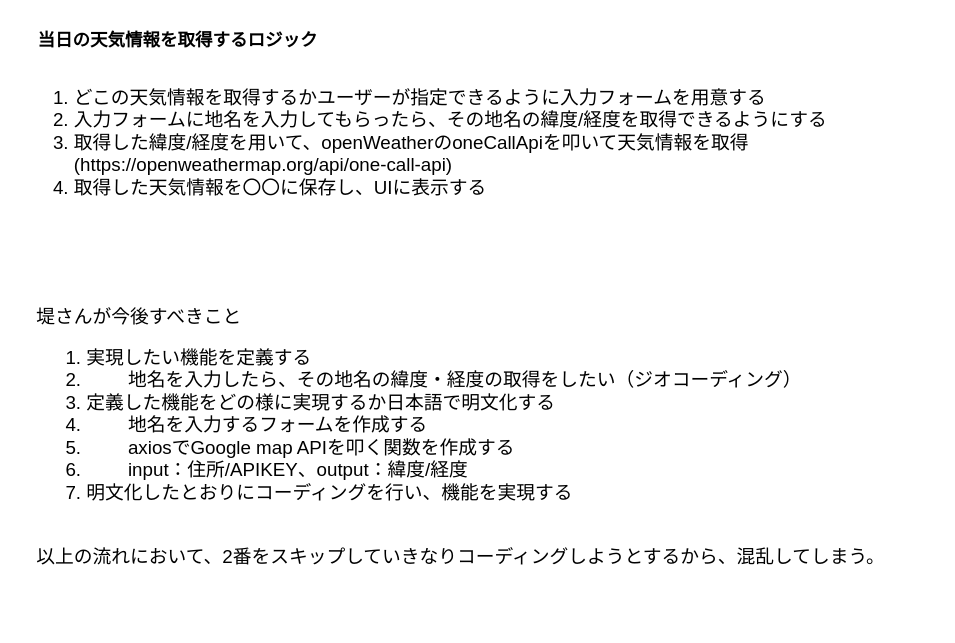
Earlier version of the draw.io diagram documents/fetchTodayForecast.dio (Yuta-Tsutsumi/weather-app). Source tidied: cells renumbered, new cells numbered last; positions are measured from the earlier drawing's top-left corner, leaving out a move shared by most shapes. Both pictures are drawn from the tidied source at 125%, with x=0, y=0 at pixel (21, 21).
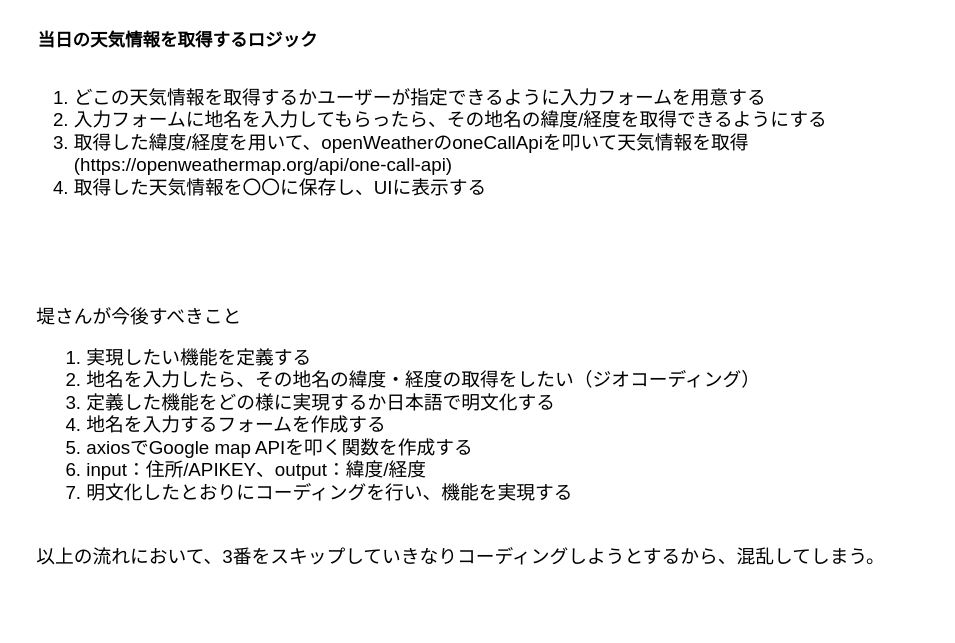
The same diagram, later.

Commit message (it also covers changes not shown here):
リファクタリング

What changed in the source:
```diff
@@
 <mxGraphModel>
   <root>
     <mxCell id="0" />
     <mxCell id="1" parent="0" />
     <mxCell id="2" value="当日の天気情報を取得するロジック" style="text;html=1;align=center;verticalAlign=middle;whiteSpace=wrap;rounded=0;fontStyle=1;fontSize=14;" parent="1" vertex="1">
       <mxGeometry width="250" height="30" as="geometry" />
     </mxCell>
     <mxCell id="3" value="&lt;ol style=&quot;font-size: 15px;&quot;&gt;&lt;li style=&quot;font-size: 15px;&quot;&gt;どこの天気情報を取得するかユーザーが指定できるように入力フォームを用意する&lt;/li&gt;&lt;li style=&quot;font-size: 15px;&quot;&gt;入力フォームに地名を入力してもらったら、その地名の緯度/経度を取得できるようにする&lt;/li&gt;&lt;li style=&quot;font-size: 15px;&quot;&gt;取得した緯度/経度を用いて、openWeatherのoneCallApiを叩いて天気情報を取得(https://openweathermap.org/api/one-call-api)&lt;/li&gt;&lt;li style=&quot;font-size: 15px;&quot;&gt;取得した天気情報を〇〇に保存し、UIに表示する&lt;/li&gt;&lt;/ol&gt;" style="text;html=1;strokeColor=none;fillColor=none;align=left;verticalAlign=top;whiteSpace=wrap;rounded=0;fontSize=15;" parent="1" vertex="1">
       <mxGeometry y="30" width="670" height="150" as="geometry" />
     </mxCell>
-    <mxCell id="4" value="堤さんが今後すべきこと&lt;br style=&quot;font-size: 15px&quot;&gt;&lt;ol style=&quot;font-size: 15px&quot;&gt;&lt;li style=&quot;font-size: 15px&quot;&gt;実現したい機能を定義する&lt;/li&gt;&lt;li style=&quot;font-size: 15px&quot;&gt;&lt;span style=&quot;white-space: pre&quot;&gt;&#9;&lt;/span&gt;地名を入力したら、その地名の緯度・経度の取得をしたい（ジオコーディング）&lt;/li&gt;&lt;li style=&quot;font-size: 15px&quot;&gt;定義した機能をどの様に実現するか日本語で明文化する&lt;/li&gt;&lt;li style=&quot;font-size: 15px&quot;&gt;&lt;span style=&quot;white-space: pre&quot;&gt;&#9;&lt;/span&gt;地名を入力するフォームを作成する&lt;/li&gt;&lt;li style=&quot;font-size: 15px&quot;&gt;&lt;span style=&quot;white-space: pre&quot;&gt;&#9;&lt;/span&gt;axiosでGoogle map APIを叩く関数を作成する&lt;/li&gt;&lt;li style=&quot;font-size: 15px&quot;&gt;&lt;span style=&quot;white-space: pre&quot;&gt;&#9;&lt;/span&gt;input：住所/APIKEY、output：緯度/経度&lt;/li&gt;&lt;li style=&quot;font-size: 15px&quot;&gt;明文化したとおりにコーディングを行い、機能を実現する&lt;br&gt;　&lt;/li&gt;&lt;/ol&gt;&lt;div style=&quot;font-size: 15px&quot;&gt;以上の流れにおいて、2番をスキップしていきなりコーディングしようとするから、混乱してしまう。&lt;/div&gt;" style="text;html=1;strokeColor=none;fillColor=none;align=left;verticalAlign=top;whiteSpace=wrap;rounded=0;fontSize=15;" parent="1" vertex="1">
+    <mxCell id="4" value="堤さんが今後すべきこと&lt;br style=&quot;font-size: 15px&quot;&gt;&lt;ol style=&quot;font-size: 15px&quot;&gt;&lt;li style=&quot;font-size: 15px&quot;&gt;実現したい機能を定義する&lt;/li&gt;&lt;li style=&quot;font-size: 15px&quot;&gt;地名を入力したら、その地名の緯度・経度の取得をしたい（ジオコーディング）&lt;/li&gt;&lt;li style=&quot;font-size: 15px&quot;&gt;定義した機能をどの様に実現するか日本語で明文化する&lt;/li&gt;&lt;li style=&quot;font-size: 15px&quot;&gt;地名を入力するフォームを作成する&lt;/li&gt;&lt;li style=&quot;font-size: 15px&quot;&gt;axiosでGoogle map APIを叩く関数を作成する&lt;/li&gt;&lt;li style=&quot;font-size: 15px&quot;&gt;input：住所/APIKEY、output：緯度/経度&lt;/li&gt;&lt;li style=&quot;font-size: 15px&quot;&gt;明文化したとおりにコーディングを行い、機能を実現する&lt;br&gt;　&lt;/li&gt;&lt;/ol&gt;&lt;div style=&quot;font-size: 15px&quot;&gt;以上の流れにおいて、3番をスキップしていきなりコーディングしようとするから、混乱してしまう。&lt;/div&gt;" style="text;html=1;strokeColor=none;fillColor=none;align=left;verticalAlign=top;whiteSpace=wrap;rounded=0;fontSize=15;" parent="1" vertex="1">
       <mxGeometry x="10" y="220" width="720" height="260" as="geometry" />
     </mxCell>
   </root>
 </mxGraphModel>
```
